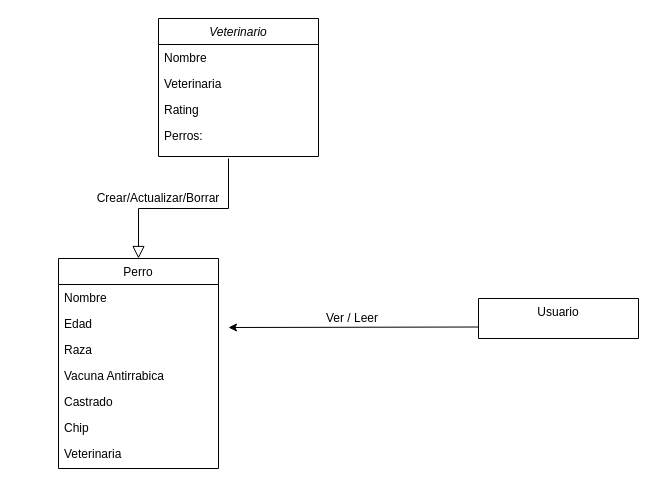
The draw.io diagram relacionusuarios.drawio in snlaight/fidopt-server, before the edit. Source tidied: cells renumbered, new cells numbered last; positions are measured from the earlier drawing's top-left corner, leaving out a move shared by most shapes. Both pictures are drawn from the tidied source at 100%, with x=0, y=0 at pixel (58, 18).
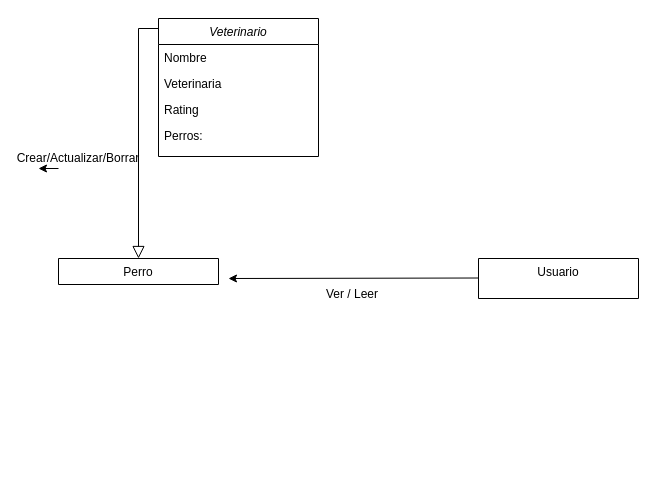
Above is the later version.

What changed in the source:
```diff
@@
-    <mxCell id="7" value="Perro" style="swimlane;fontStyle=0;align=center;verticalAlign=top;horizontal=1;startSize=26;rounded=0;shadow=0;strokeWidth=1;" parent="1" vertex="1">
-      <mxGeometry y="240" width="160" height="210" as="geometry" />
+    <mxCell id="7" value="Perro" style="swimlane;fontStyle=0;align=center;verticalAlign=top;horizontal=1;startSize=26;rounded=0;shadow=0;strokeWidth=1;" parent="1" vertex="1" collapsed="1">
+      <mxGeometry y="240" width="160" height="26" as="geometry" />
     </mxCell>
-    <mxCell id="8" value="Nombre" style="text;align=left;verticalAlign=top;spacingLeft=4;spacingRight=4;overflow=hidden;" parent="7" vertex="1">
-      <mxGeometry y="26" width="160" height="26" as="geometry" />
-    </mxCell>
-    <mxCell id="9" value="Edad" style="text;align=left;verticalAlign=top;spacingLeft=4;spacingRight=4;overflow=hidden;rounded=0;shadow=0;html=0;" parent="7" vertex="1">
-      <mxGeometry y="52" width="160" height="26" as="geometry" />
-    </mxCell>
-    <mxCell id="10" value="Raza" style="text;align=left;verticalAlign=top;spacingLeft=4;spacingRight=4;overflow=hidden;rounded=0;shadow=0;html=0;" parent="7" vertex="1">
-      <mxGeometry y="78" width="160" height="26" as="geometry" />
-    </mxCell>
-    <mxCell id="11" value="Vacuna Antirrabica" style="text;align=left;verticalAlign=top;spacingLeft=4;spacingRight=4;overflow=hidden;rounded=0;shadow=0;html=0;" parent="7" vertex="1">
-      <mxGeometry y="104" width="160" height="26" as="geometry" />
-    </mxCell>
-    <mxCell id="12" value="Castrado" style="text;align=left;verticalAlign=top;spacingLeft=4;spacingRight=4;overflow=hidden;rounded=0;shadow=0;html=0;" parent="7" vertex="1">
-      <mxGeometry y="130" width="160" height="26" as="geometry" />
-    </mxCell>
-    <mxCell id="13" value="Chip" style="text;align=left;verticalAlign=top;spacingLeft=4;spacingRight=4;overflow=hidden;rounded=0;shadow=0;html=0;" parent="7" vertex="1">
-      <mxGeometry y="156" width="160" height="26" as="geometry" />
-    </mxCell>
-    <mxCell id="14" value="Veterinaria" style="text;align=left;verticalAlign=top;spacingLeft=4;spacingRight=4;overflow=hidden;rounded=0;shadow=0;html=0;" parent="7" vertex="1">
-      <mxGeometry y="182" width="160" height="26" as="geometry" />
-    </mxCell>
     <mxCell id="15" style="endArrow=block;endSize=10;endFill=0;shadow=0;strokeWidth=1;rounded=0;edgeStyle=elbowEdgeStyle;elbow=vertical;entryX=0.5;entryY=0;entryDx=0;entryDy=0;" parent="1" edge="1" target="7">
       <mxGeometry relative="1" as="geometry">
-        <mxPoint x="170" y="140" as="sourcePoint" />
+        <mxPoint x="100" y="10" as="sourcePoint" />
+        <Array as="points">
+          <mxPoint x="90" y="10" />
+        </Array>
       </mxGeometry>
     </mxCell>
     <mxCell id="16" value="Usuario" style="swimlane;fontStyle=0;align=center;verticalAlign=top;horizontal=1;startSize=40;rounded=0;shadow=0;strokeWidth=1;" parent="1" vertex="1">
-      <mxGeometry x="420" y="280" width="160" height="40" as="geometry" />
+      <mxGeometry x="420" y="240" width="160" height="40" as="geometry" />
     </mxCell>
+    <mxCell id="20" style="edgeStyle=orthogonalEdgeStyle;rounded=0;jettySize=auto;html=1;exitX=0;exitY=1;exitDx=0;exitDy=0;" parent="1" edge="1" source="17">
+      <mxGeometry relative="1" as="geometry">
+        <mxPoint x="-20" y="150" as="targetPoint" />
+      </mxGeometry>
+    </mxCell>
     <mxCell id="17" value="Crear/Actualizar/Borrar" style="text;html=1;strokeColor=none;fillColor=none;align=center;verticalAlign=middle;whiteSpace=wrap;rounded=0;" parent="1" vertex="1">
-      <mxGeometry x="80" y="170" width="40" height="20" as="geometry" />
+      <mxGeometry y="130" width="40" height="20" as="geometry" />
     </mxCell>
     <mxCell id="18" style="endArrow=classic;html=1;" parent="1" edge="1">
       <mxGeometry relative="1" as="geometry">
-        <mxPoint x="420" y="308.5" as="sourcePoint" />
-        <mxPoint x="170" y="309" as="targetPoint" />
+        <mxPoint x="420" y="259.5" as="sourcePoint" />
+        <mxPoint x="170" y="260" as="targetPoint" />
       </mxGeometry>
     </mxCell>
     <mxCell id="19" value="Ver / Leer" style="text;html=1;strokeColor=none;fillColor=none;align=center;verticalAlign=middle;whiteSpace=wrap;rounded=0;" parent="1" vertex="1">
-      <mxGeometry x="229" y="290" width="130" height="20" as="geometry" />
+      <mxGeometry x="229" y="266" width="130" height="20" as="geometry" />
     </mxCell>
```
